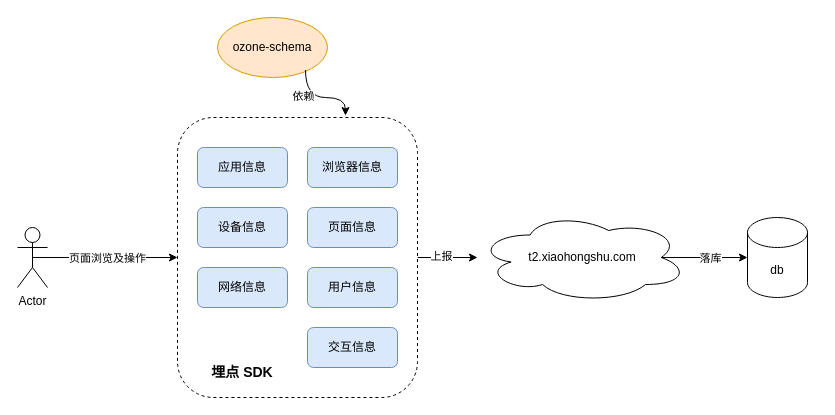
Earlier version of the draw.io diagram 业务埋点 sdk.drawio (itellboy/itellboy). Source tidied: cells renumbered, new cells numbered last; positions are measured from the earlier drawing's top-left corner, leaving out a move shared by most shapes. Both pictures are drawn from the tidied source at 100%, with x=0, y=0 at pixel (17, 17).
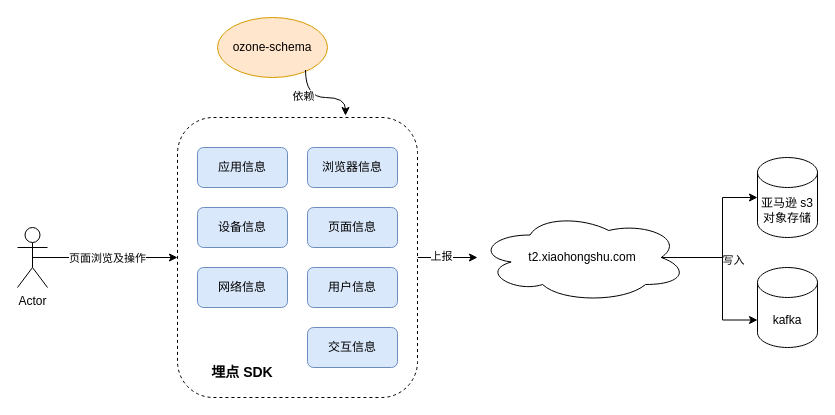
After the change.

Commit message:
更新业务埋点 sdk.drawio

The change refers to these unchanged cells:
```xml
<mxCell id="9" style="edgeStyle=orthogonalEdgeStyle;rounded=0;jettySize=auto;html=1;exitX=0.875;exitY=0.5;exitDx=0;exitDy=0;exitPerimeter=0;" parent="1" edge="1" source="11" target="12">
  <mxGeometry relative="1" as="geometry" />
</mxCell>
<mxCell id="11" value="t2.xiaohongshu.com" style="ellipse;shape=cloud;whiteSpace=wrap;html=1;" parent="1" vertex="1">
  <mxGeometry x="460" y="195" width="210" height="90" as="geometry" />
</mxCell>
```

Change to the diagram source:
```diff
@@
-    <mxCell id="10" value="落库" style="edgeLabel;html=1;align=center;verticalAlign=middle;" parent="9" vertex="1">
+    <mxCell id="10" value="写入" style="edgeLabel;html=1;align=center;verticalAlign=middle;" parent="9" vertex="1">
       <mxGeometry x="-0.2" y="4" relative="1" as="geometry">
         <mxPoint x="14" y="4" as="offset" />
       </mxGeometry>
     </mxCell>
@@
-    <mxCell id="12" value="db" style="shape=cylinder3;whiteSpace=wrap;html=1;boundedLbl=1;backgroundOutline=1;size=15;" parent="1" vertex="1">
-      <mxGeometry x="730" y="200" width="60" height="80" as="geometry" />
+    <mxCell id="12" value="亚马逊 s3对象存储" style="shape=cylinder3;whiteSpace=wrap;html=1;boundedLbl=1;backgroundOutline=1;size=15;" parent="1" vertex="1">
+      <mxGeometry x="740" y="140" width="60" height="80" as="geometry" />
     </mxCell>
@@
+    <mxCell id="23" value="kafka" style="shape=cylinder3;whiteSpace=wrap;html=1;boundedLbl=1;backgroundOutline=1;size=15;" parent="1" vertex="1">
+      <mxGeometry x="740" y="250" width="60" height="80" as="geometry" />
+    </mxCell>
+    <mxCell id="24" style="edgeStyle=orthogonalEdgeStyle;rounded=0;jettySize=auto;html=1;exitX=0.875;exitY=0.5;exitDx=0;exitDy=0;exitPerimeter=0;entryX=0;entryY=0;entryDx=0;entryDy=52.5;entryPerimeter=0;" parent="1" edge="1" source="11" target="23">
+      <mxGeometry relative="1" as="geometry" />
+    </mxCell>
```
